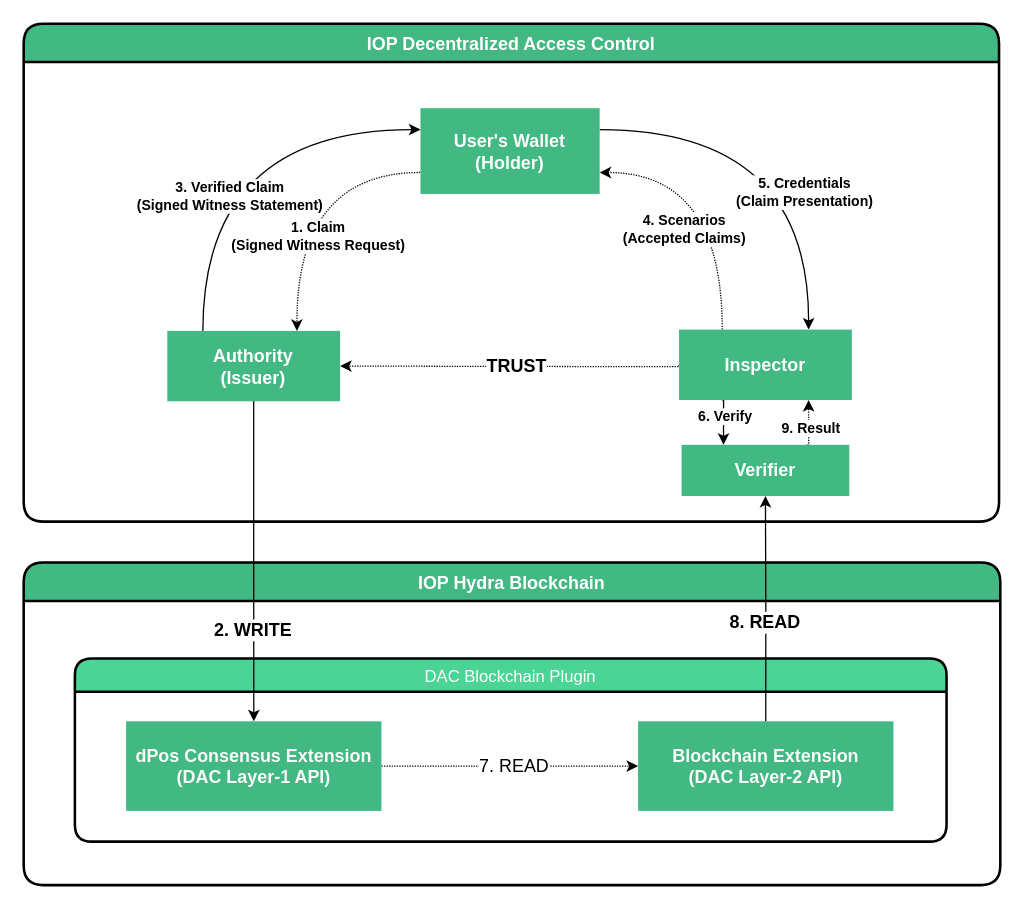
Earlier version of the draw.io diagram assets/SSI_flow.drawio (HydraMeshnet/developer-portal). Source tidied: cells renumbered, new cells numbered last; positions are measured from the earlier drawing's top-left corner, leaving out a move shared by most shapes. Both pictures are drawn from the tidied source at 128%, with x=0, y=0 at pixel (23, 23).
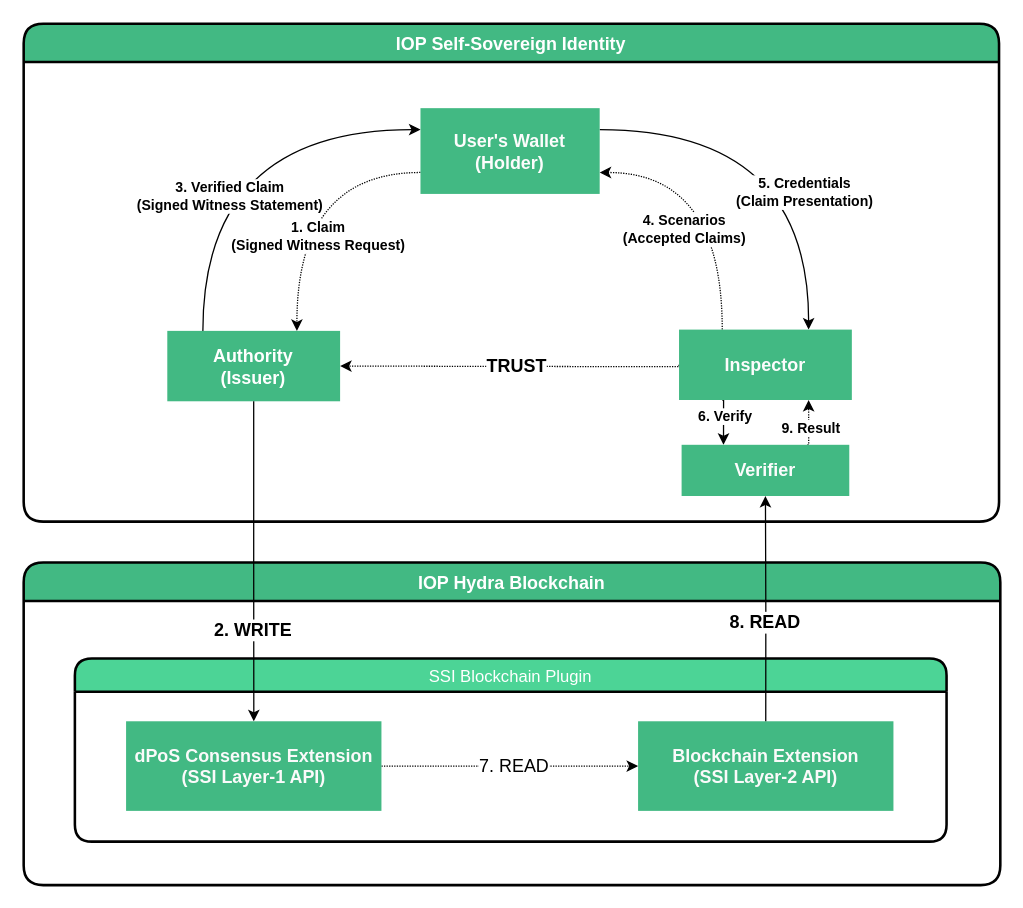
Above is the later version.

What changed in the source:
```diff
@@
-    <mxCell id="21" value="IOP Decentralized Access Control" style="swimlane;horizontal=1;startSize=30;rounded=1;fontSize=14;fontStyle=1;strokeWidth=2;shadow=0;dashed=0;align=center;fillColor=#42b983;fontColor=#FFFFFF;swimlaneLine=1;noLabel=0;arcSize=17;" parent="1" vertex="1">
+    <mxCell id="21" value="IOP Self-Sovereign Identity" style="swimlane;horizontal=1;startSize=30;rounded=1;fontSize=14;fontStyle=1;strokeWidth=2;shadow=0;dashed=0;align=center;fillColor=#42b983;fontColor=#FFFFFF;swimlaneLine=1;noLabel=0;arcSize=17;" parent="1" vertex="1">
       <mxGeometry width="762" height="389" as="geometry" />
     </mxCell>
@@
-    <mxCell id="24" value="dPos Consensus Extension&lt;br&gt;(DAC Layer-1 API)" style="whiteSpace=wrap;html=1;align=center;fontColor=#FAFAFA;strokeColor=none;fillColor=#42b983;fontStyle=1;fontSize=14;" parent="1" vertex="1">
+    <mxCell id="24" value="dPoS Consensus Extension&lt;br&gt;(SSI Layer-1 API)" style="whiteSpace=wrap;html=1;align=center;fontColor=#FAFAFA;strokeColor=none;fillColor=#42b983;fontStyle=1;fontSize=14;" parent="1" vertex="1">
       <mxGeometry x="80" y="545" width="199.5" height="70" as="geometry" />
     </mxCell>
-    <mxCell id="25" value="Blockchain Extension&lt;br&gt;(DAC Layer-2 API)" style="whiteSpace=wrap;html=1;align=center;fontColor=#FAFAFA;strokeColor=none;fillColor=#42b983;fontStyle=1;fontSize=14;" parent="1" vertex="1">
+    <mxCell id="25" value="Blockchain Extension&lt;br&gt;(SSI Layer-2 API)" style="whiteSpace=wrap;html=1;align=center;fontColor=#FAFAFA;strokeColor=none;fillColor=#42b983;fontStyle=1;fontSize=14;" parent="1" vertex="1">
       <mxGeometry x="480" y="545" width="199.5" height="70" as="geometry" />
     </mxCell>
-    <mxCell id="26" value="DAC Blockchain Plugin" style="swimlane;horizontal=1;startSize=26;rounded=1;fontSize=13;fontStyle=0;strokeWidth=2;shadow=0;dashed=0;align=center;fontColor=#FFFFFF;swimlaneLine=1;noLabel=0;arcSize=17;fillColor=#4CD496;" parent="1" vertex="1">
+    <mxCell id="26" value="SSI Blockchain Plugin" style="swimlane;horizontal=1;startSize=26;rounded=1;fontSize=13;fontStyle=0;strokeWidth=2;shadow=0;dashed=0;align=center;fontColor=#FFFFFF;swimlaneLine=1;noLabel=0;arcSize=17;fillColor=#4CD496;" parent="1" vertex="1">
       <mxGeometry x="40" y="496" width="681" height="143" as="geometry" />
     </mxCell>
```
